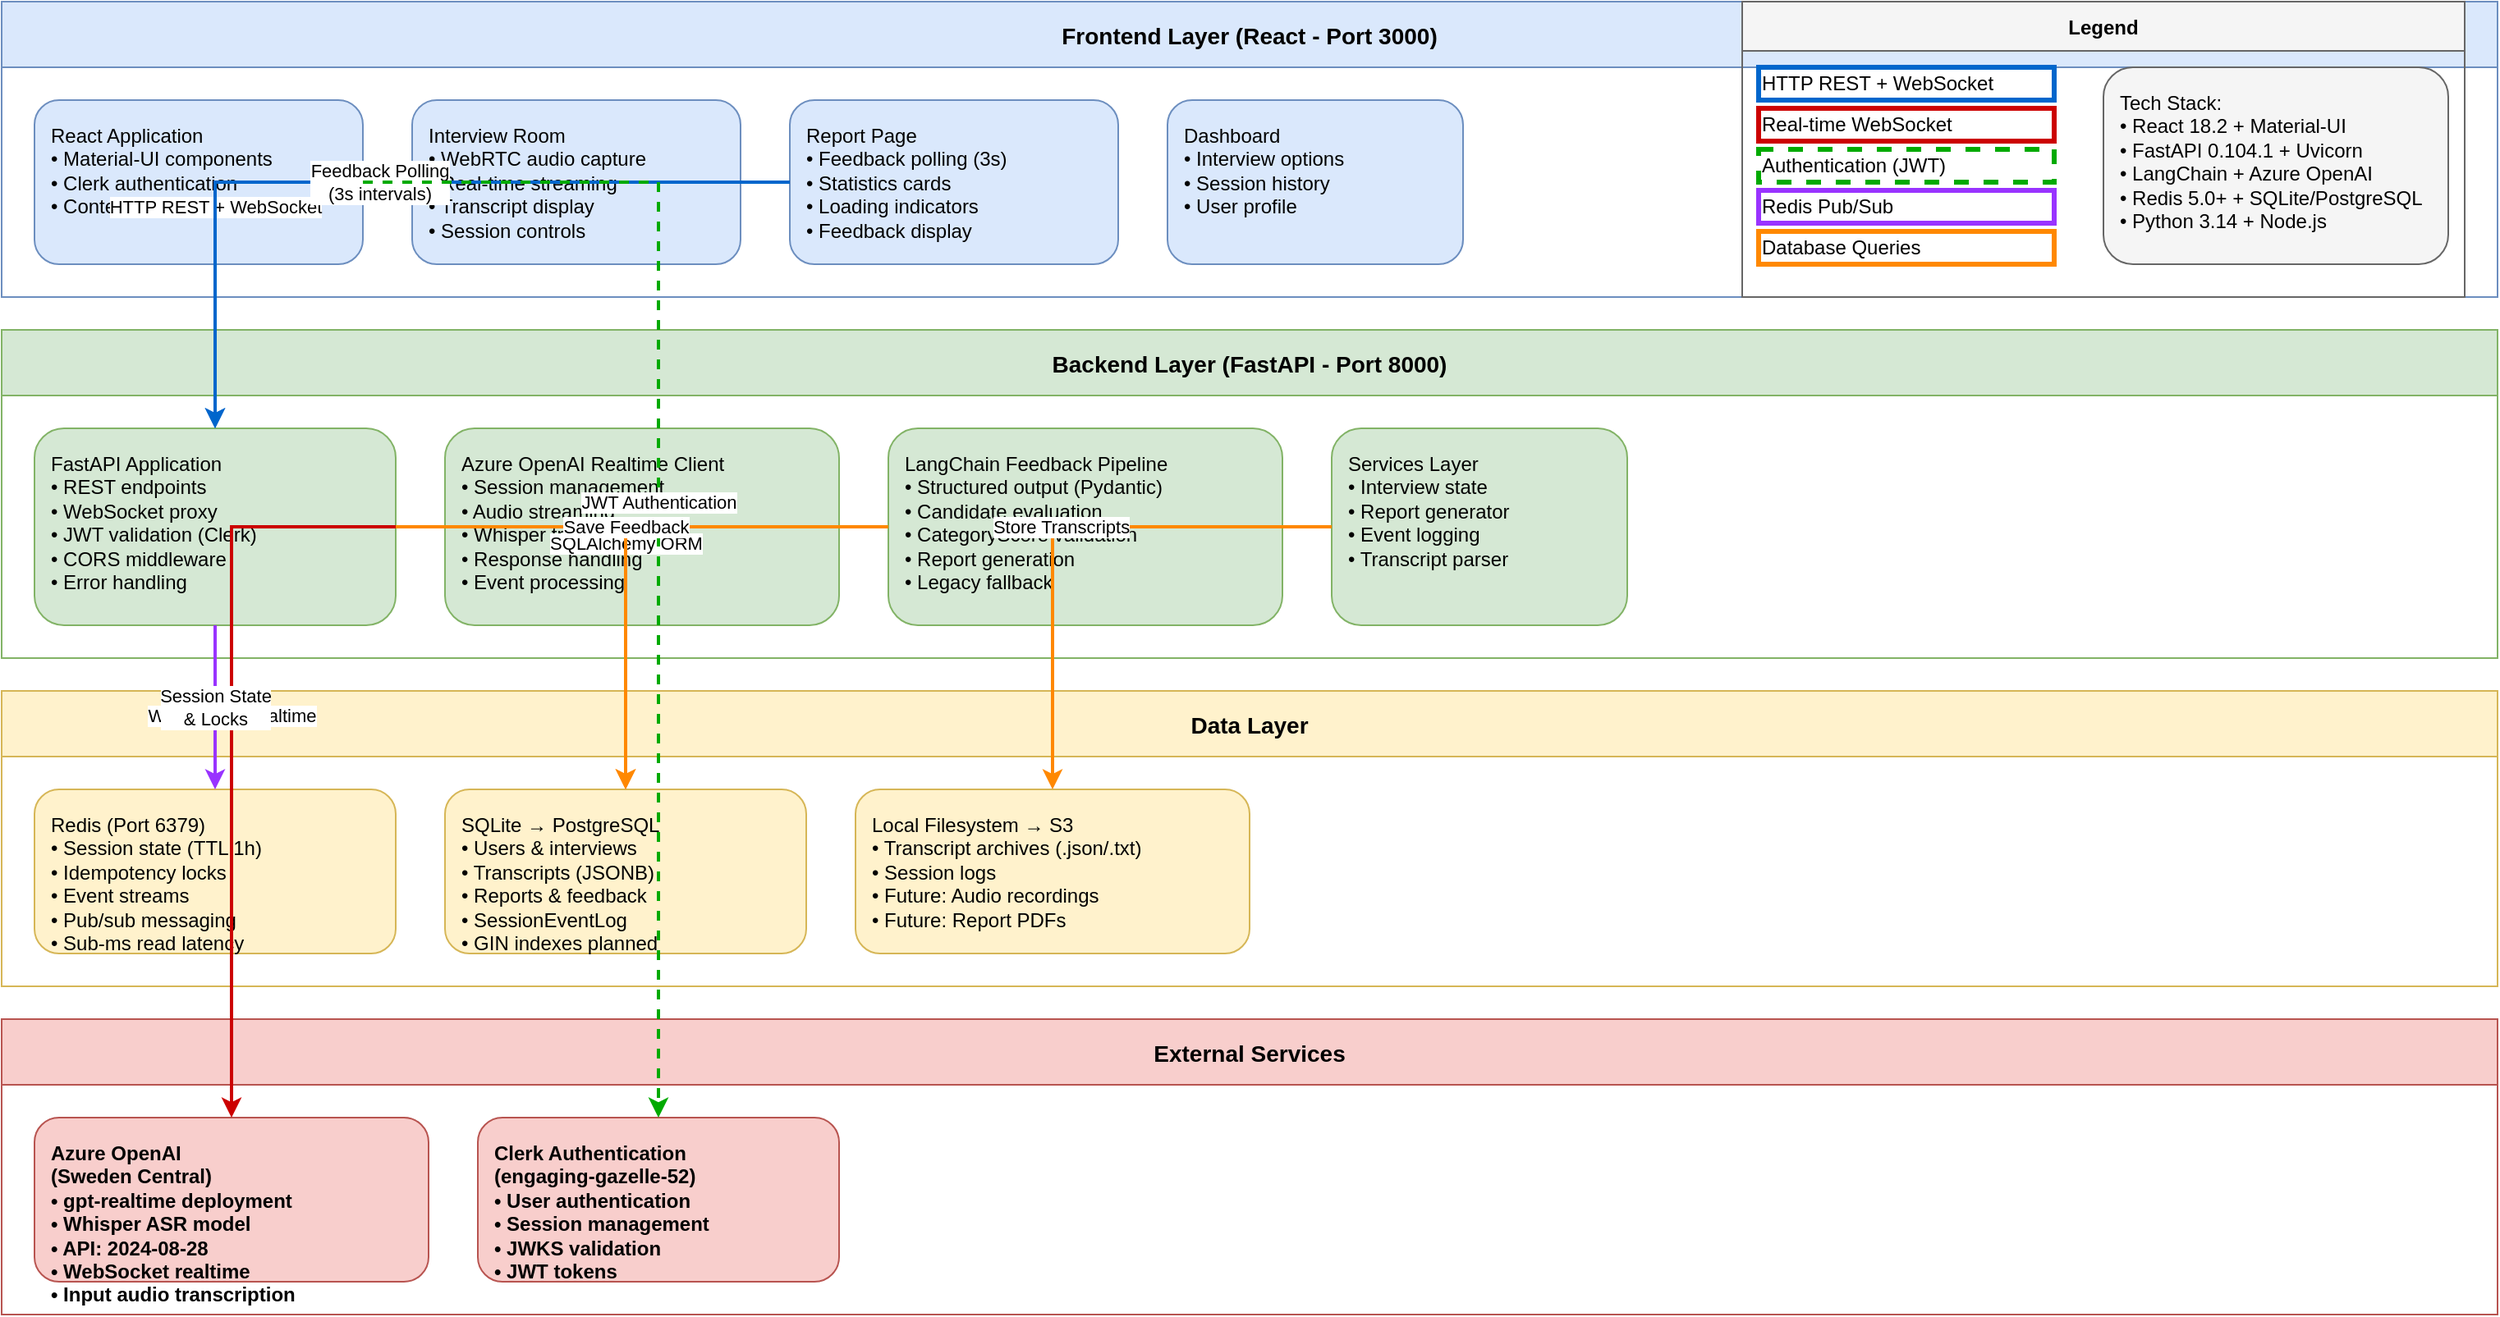
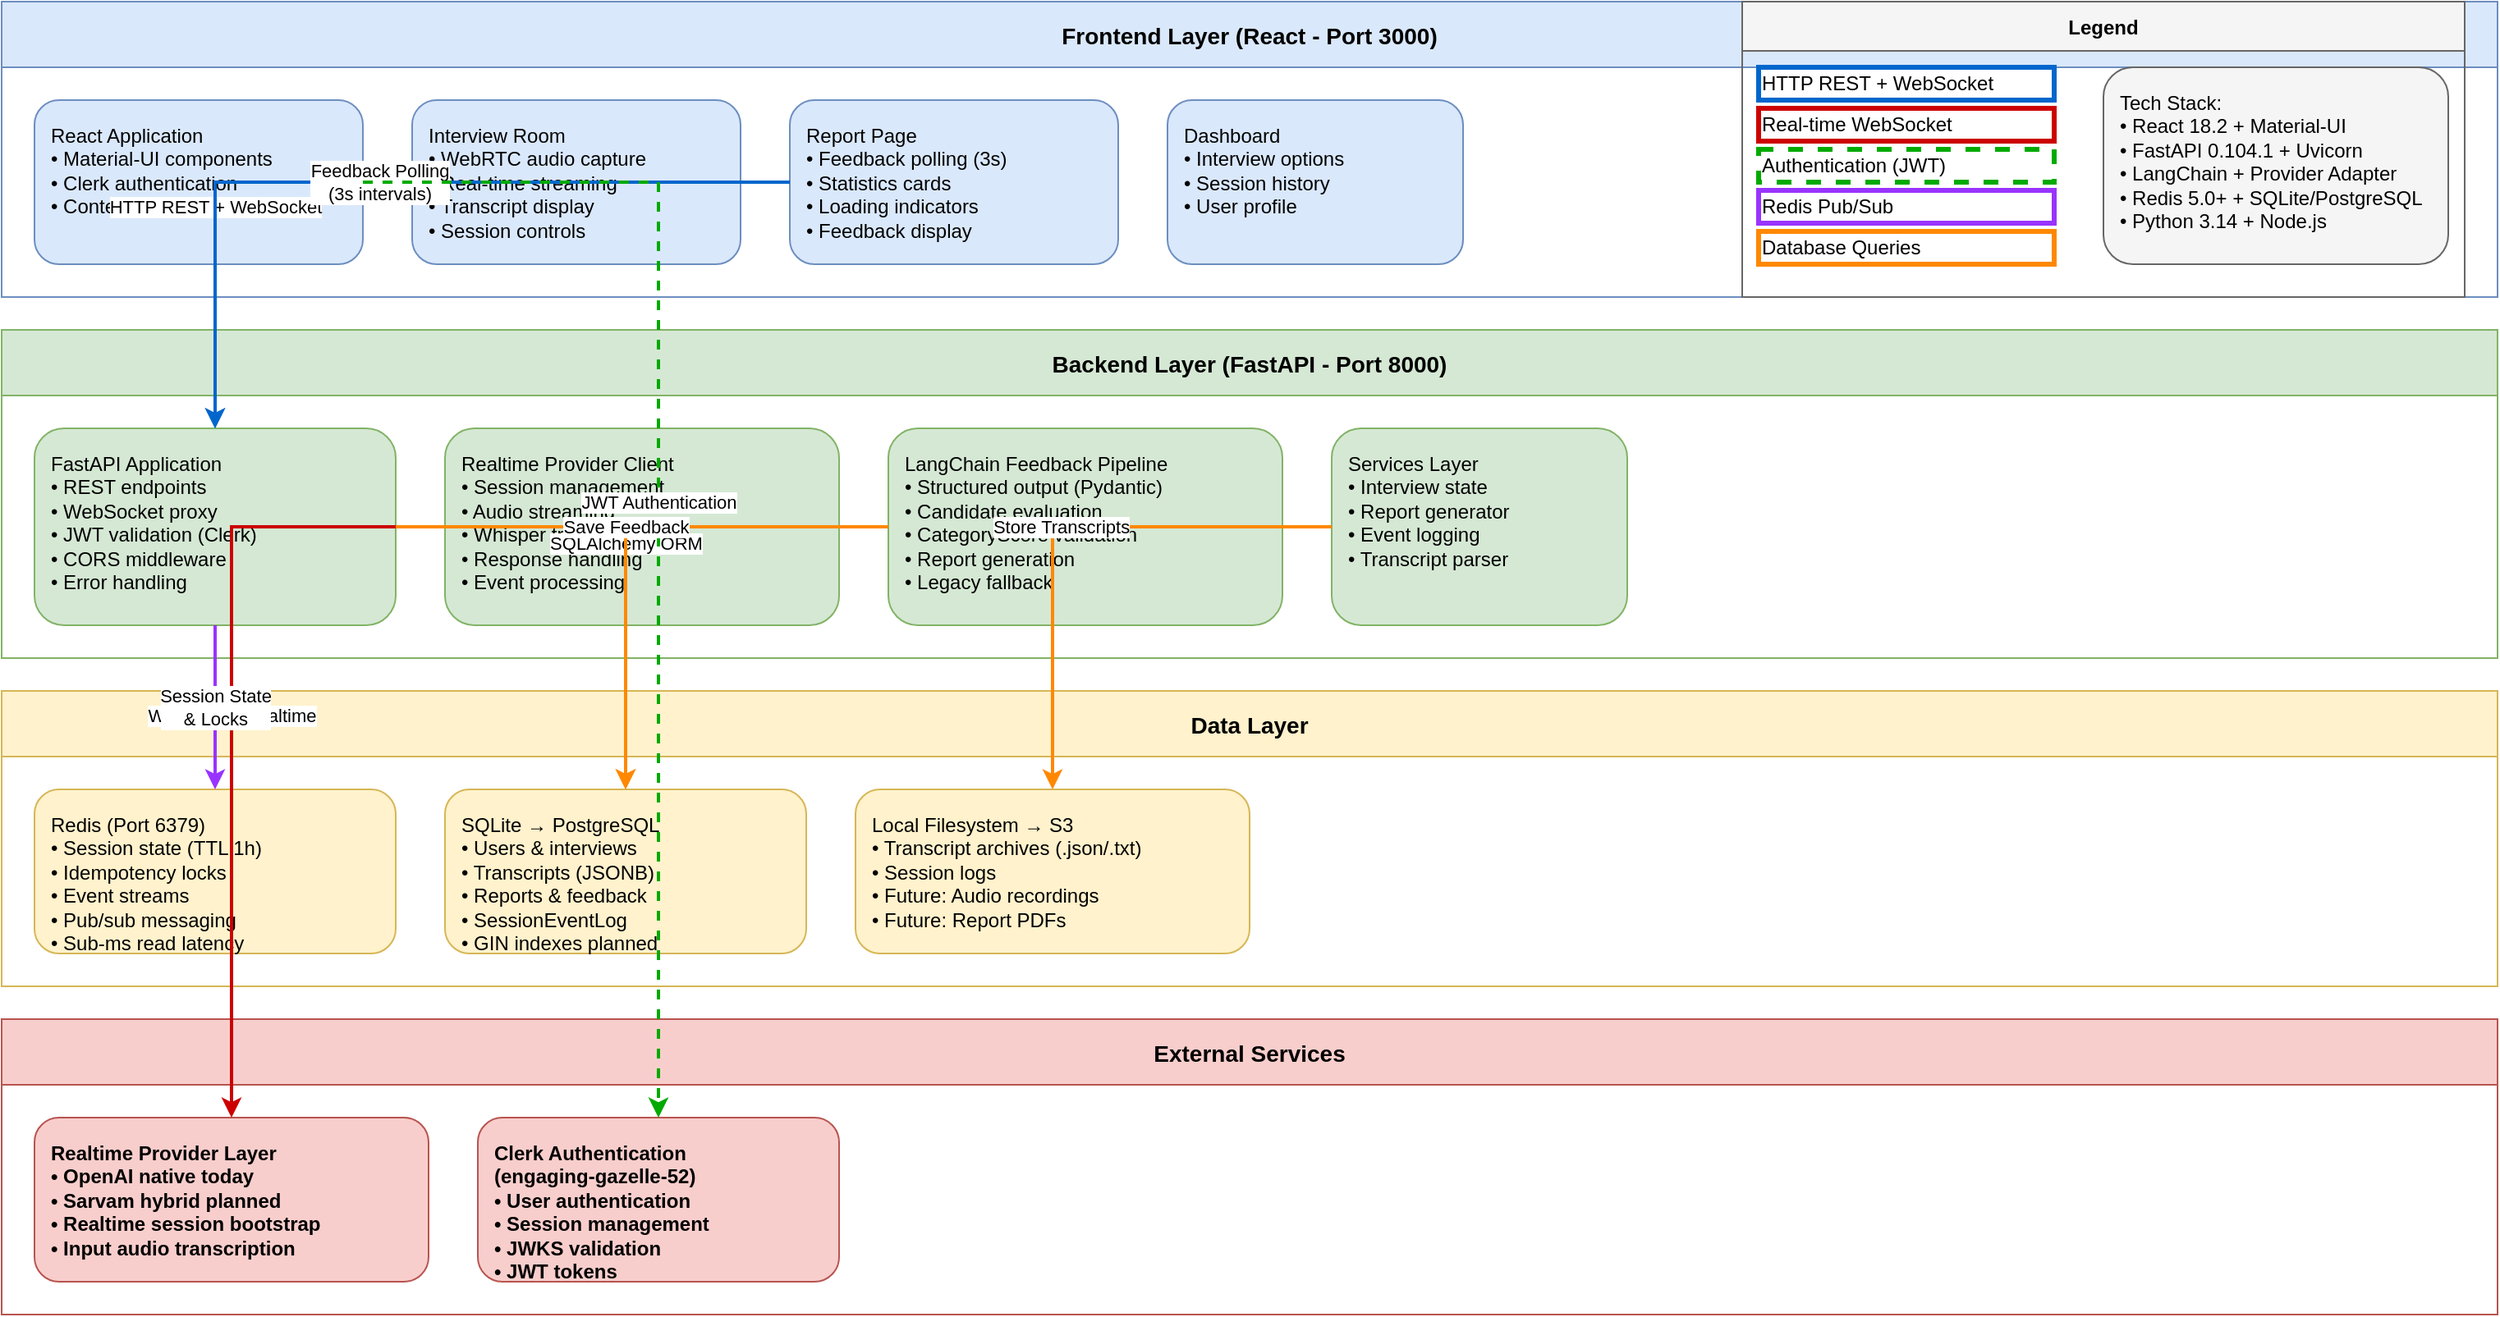
<mxfile host="65bd71144e">
    <diagram id="system-architecture" name="System Architecture">
        <mxGraphModel dx="1434" dy="844" grid="1" gridSize="10" guides="1" tooltips="1" connect="1" arrows="1" fold="1" page="1" pageScale="1" pageWidth="1600" pageHeight="900" math="0" shadow="0">
            <root>
                <mxCell id="0"/>
                <mxCell id="1" parent="0"/>

                <!-- Frontend Swimlane -->
                <mxCell id="frontend-lane" value="Frontend Layer (React - Port 3000)" style="swimlane;startSize=40;fillColor=#dae8fc;strokeColor=#6c8ebf;fontStyle=1;fontSize=14;" vertex="1" parent="1">
                    <mxGeometry x="40" y="40" width="1520" height="180" as="geometry"/>
                </mxCell>
                <mxCell id="react-app" value="React Application&#xa;• Material-UI components&#xa;• Clerk authentication&#xa;• Context API state" style="rounded=1;whiteSpace=wrap;html=1;fillColor=#dae8fc;strokeColor=#6c8ebf;align=left;verticalAlign=top;spacingLeft=8;spacingTop=8;" vertex="1" parent="frontend-lane">
                    <mxGeometry x="20" y="60" width="200" height="100" as="geometry"/>
                </mxCell>
                <mxCell id="interview-room" value="Interview Room&#xa;• WebRTC audio capture&#xa;• Real-time streaming&#xa;• Transcript display&#xa;• Session controls" style="rounded=1;whiteSpace=wrap;html=1;fillColor=#dae8fc;strokeColor=#6c8ebf;align=left;verticalAlign=top;spacingLeft=8;spacingTop=8;" vertex="1" parent="frontend-lane">
                    <mxGeometry x="250" y="60" width="200" height="100" as="geometry"/>
                </mxCell>
                <mxCell id="report-page" value="Report Page&#xa;• Feedback polling (3s)&#xa;• Statistics cards&#xa;• Loading indicators&#xa;• Feedback display" style="rounded=1;whiteSpace=wrap;html=1;fillColor=#dae8fc;strokeColor=#6c8ebf;align=left;verticalAlign=top;spacingLeft=8;spacingTop=8;" vertex="1" parent="frontend-lane">
                    <mxGeometry x="480" y="60" width="200" height="100" as="geometry"/>
                </mxCell>
                <mxCell id="dashboard" value="Dashboard&#xa;• Interview options&#xa;• Session history&#xa;• User profile" style="rounded=1;whiteSpace=wrap;html=1;fillColor=#dae8fc;strokeColor=#6c8ebf;align=left;verticalAlign=top;spacingLeft=8;spacingTop=8;" vertex="1" parent="frontend-lane">
                    <mxGeometry x="710" y="60" width="180" height="100" as="geometry"/>
                </mxCell>

                <!-- Backend Swimlane -->
                <mxCell id="backend-lane" value="Backend Layer (FastAPI - Port 8000)" style="swimlane;startSize=40;fillColor=#d5e8d4;strokeColor=#82b366;fontStyle=1;fontSize=14;" vertex="1" parent="1">
                    <mxGeometry x="40" y="240" width="1520" height="200" as="geometry"/>
                </mxCell>
                <mxCell id="fastapi-app" value="FastAPI Application&#xa;• REST endpoints&#xa;• WebSocket proxy&#xa;• JWT validation (Clerk)&#xa;• CORS middleware&#xa;• Error handling" style="rounded=1;whiteSpace=wrap;html=1;fillColor=#d5e8d4;strokeColor=#82b366;align=left;verticalAlign=top;spacingLeft=8;spacingTop=8;" vertex="1" parent="backend-lane">
                    <mxGeometry x="20" y="60" width="220" height="120" as="geometry"/>
                </mxCell>
-                 <mxCell id="realtime-client" value="Azure OpenAI Realtime Client&#xa;• Session management&#xa;• Audio streaming&#xa;• Whisper transcription&#xa;• Response handling&#xa;• Event processing" style="rounded=1;whiteSpace=wrap;html=1;fillColor=#d5e8d4;strokeColor=#82b366;align=left;verticalAlign=top;spacingLeft=8;spacingTop=8;" vertex="1" parent="backend-lane">
+                 <mxCell id="realtime-client" value="Realtime Provider Client&#xa;• Session management&#xa;• Audio streaming&#xa;• Whisper transcription&#xa;• Response handling&#xa;• Event processing" style="rounded=1;whiteSpace=wrap;html=1;fillColor=#d5e8d4;strokeColor=#82b366;align=left;verticalAlign=top;spacingLeft=8;spacingTop=8;" vertex="1" parent="backend-lane">
                    <mxGeometry x="270" y="60" width="240" height="120" as="geometry"/>
                </mxCell>
                <mxCell id="langchain-pipeline" value="LangChain Feedback Pipeline&#xa;• Structured output (Pydantic)&#xa;• Candidate evaluation&#xa;• CategoryScore validation&#xa;• Report generation&#xa;• Legacy fallback" style="rounded=1;whiteSpace=wrap;html=1;fillColor=#d5e8d4;strokeColor=#82b366;align=left;verticalAlign=top;spacingLeft=8;spacingTop=8;" vertex="1" parent="backend-lane">
                    <mxGeometry x="540" y="60" width="240" height="120" as="geometry"/>
                </mxCell>
                <mxCell id="services" value="Services Layer&#xa;• Interview state&#xa;• Report generator&#xa;• Event logging&#xa;• Transcript parser" style="rounded=1;whiteSpace=wrap;html=1;fillColor=#d5e8d4;strokeColor=#82b366;align=left;verticalAlign=top;spacingLeft=8;spacingTop=8;" vertex="1" parent="backend-lane">
                    <mxGeometry x="810" y="60" width="180" height="120" as="geometry"/>
                </mxCell>

                <!-- Data Swimlane -->
                <mxCell id="data-lane" value="Data Layer" style="swimlane;startSize=40;fillColor=#fff2cc;strokeColor=#d6b656;fontStyle=1;fontSize=14;" vertex="1" parent="1">
                    <mxGeometry x="40" y="460" width="1520" height="180" as="geometry"/>
                </mxCell>
                <mxCell id="redis" value="Redis (Port 6379)&#xa;• Session state (TTL 1h)&#xa;• Idempotency locks&#xa;• Event streams&#xa;• Pub/sub messaging&#xa;• Sub-ms read latency" style="rounded=1;whiteSpace=wrap;html=1;fillColor=#fff2cc;strokeColor=#d6b656;align=left;verticalAlign=top;spacingLeft=8;spacingTop=8;" vertex="1" parent="data-lane">
                    <mxGeometry x="20" y="60" width="220" height="100" as="geometry"/>
                </mxCell>
                <mxCell id="database" value="SQLite → PostgreSQL&#xa;• Users &amp; interviews&#xa;• Transcripts (JSONB)&#xa;• Reports &amp; feedback&#xa;• SessionEventLog&#xa;• GIN indexes planned" style="rounded=1;whiteSpace=wrap;html=1;fillColor=#fff2cc;strokeColor=#d6b656;align=left;verticalAlign=top;spacingLeft=8;spacingTop=8;" vertex="1" parent="data-lane">
                    <mxGeometry x="270" y="60" width="220" height="100" as="geometry"/>
                </mxCell>
                <mxCell id="filesystem" value="Local Filesystem → S3&#xa;• Transcript archives (.json/.txt)&#xa;• Session logs&#xa;• Future: Audio recordings&#xa;• Future: Report PDFs" style="rounded=1;whiteSpace=wrap;html=1;fillColor=#fff2cc;strokeColor=#d6b656;align=left;verticalAlign=top;spacingLeft=8;spacingTop=8;" vertex="1" parent="data-lane">
                    <mxGeometry x="520" y="60" width="240" height="100" as="geometry"/>
                </mxCell>

                <!-- External Services Swimlane -->
                <mxCell id="external-lane" value="External Services" style="swimlane;startSize=40;fillColor=#f8cecc;strokeColor=#b85450;fontStyle=1;fontSize=14;" vertex="1" parent="1">
                    <mxGeometry x="40" y="660" width="1520" height="180" as="geometry"/>
                </mxCell>
-                 <mxCell id="azure-openai" value="Azure OpenAI&#xa;(Sweden Central)&#xa;• gpt-realtime deployment&#xa;• Whisper ASR model&#xa;• API: 2024-08-28&#xa;• WebSocket realtime&#xa;• Input audio transcription" style="rounded=1;whiteSpace=wrap;html=1;fillColor=#f8cecc;strokeColor=#b85450;align=left;verticalAlign=top;spacingLeft=8;spacingTop=8;fontStyle=1" vertex="1" parent="external-lane">
+                 <mxCell id="azure-openai" value="Realtime Provider Layer&#xa;• OpenAI native today&#xa;• Sarvam hybrid planned&#xa;• Realtime session bootstrap&#xa;• Input audio transcription" style="rounded=1;whiteSpace=wrap;html=1;fillColor=#f8cecc;strokeColor=#b85450;align=left;verticalAlign=top;spacingLeft=8;spacingTop=8;fontStyle=1" vertex="1" parent="external-lane">
                    <mxGeometry x="20" y="60" width="240" height="100" as="geometry"/>
                </mxCell>
                <mxCell id="clerk-auth" value="Clerk Authentication&#xa;(engaging-gazelle-52)&#xa;• User authentication&#xa;• Session management&#xa;• JWKS validation&#xa;• JWT tokens" style="rounded=1;whiteSpace=wrap;html=1;fillColor=#f8cecc;strokeColor=#b85450;align=left;verticalAlign=top;spacingLeft=8;spacingTop=8;fontStyle=1" vertex="1" parent="external-lane">
                    <mxGeometry x="290" y="60" width="220" height="100" as="geometry"/>
                </mxCell>

                <!-- Connections -->
                <!-- Frontend to Backend -->
                <mxCell id="conn1" value="HTTP REST + WebSocket" style="edgeStyle=orthogonalEdgeStyle;rounded=0;orthogonalLoop=1;jettySize=auto;html=1;strokeColor=#0066CC;strokeWidth=2;" edge="1" parent="1" source="interview-room" target="fastapi-app">
                    <mxGeometry relative="1" as="geometry"/>
                </mxCell>
                <mxCell id="conn2" value="Feedback Polling&#xa;(3s intervals)" style="edgeStyle=orthogonalEdgeStyle;rounded=0;orthogonalLoop=1;jettySize=auto;html=1;strokeColor=#0066CC;strokeWidth=2;" edge="1" parent="1" source="report-page" target="fastapi-app">
                    <mxGeometry relative="1" as="geometry"/>
                </mxCell>

-                 <!-- Backend to Azure OpenAI -->
+                 <!-- Backend to Realtime Provider -->
                <mxCell id="conn3" value="WebSocket Realtime" style="edgeStyle=orthogonalEdgeStyle;rounded=0;orthogonalLoop=1;jettySize=auto;html=1;strokeColor=#CC0000;strokeWidth=2;" edge="1" parent="1" source="realtime-client" target="azure-openai">
                    <mxGeometry relative="1" as="geometry"/>
                </mxCell>

                <!-- Backend to Redis -->
                <mxCell id="conn4" value="Session State&#xa;&amp; Locks" style="edgeStyle=orthogonalEdgeStyle;rounded=0;orthogonalLoop=1;jettySize=auto;html=1;strokeColor=#9933FF;strokeWidth=2;" edge="1" parent="1" source="fastapi-app" target="redis">
                    <mxGeometry relative="1" as="geometry"/>
                </mxCell>

                <!-- Backend to Database -->
                <mxCell id="conn5" value="SQLAlchemy ORM" style="edgeStyle=orthogonalEdgeStyle;rounded=0;orthogonalLoop=1;jettySize=auto;html=1;strokeColor=#FF8800;strokeWidth=2;" edge="1" parent="1" source="fastapi-app" target="database">
                    <mxGeometry relative="1" as="geometry"/>
                </mxCell>
                <mxCell id="conn6" value="Store Transcripts" style="edgeStyle=orthogonalEdgeStyle;rounded=0;orthogonalLoop=1;jettySize=auto;html=1;strokeColor=#FF8800;strokeWidth=2;" edge="1" parent="1" source="services" target="filesystem">
                    <mxGeometry relative="1" as="geometry"/>
                </mxCell>

                <!-- Frontend to Clerk -->
                <mxCell id="conn7" value="JWT Authentication" style="edgeStyle=orthogonalEdgeStyle;rounded=0;orthogonalLoop=1;jettySize=auto;html=1;strokeColor=#00AA00;strokeWidth=2;dashed=1;" edge="1" parent="1" source="react-app" target="clerk-auth">
                    <mxGeometry relative="1" as="geometry"/>
                </mxCell>

                <!-- LangChain to Database -->
                <mxCell id="conn8" value="Save Feedback" style="edgeStyle=orthogonalEdgeStyle;rounded=0;orthogonalLoop=1;jettySize=auto;html=1;strokeColor=#FF8800;strokeWidth=2;" edge="1" parent="1" source="langchain-pipeline" target="database">
                    <mxGeometry relative="1" as="geometry"/>
                </mxCell>

                <!-- Legend -->
                <mxCell id="legend-box" value="Legend" style="swimlane;startSize=30;fillColor=#f5f5f5;strokeColor=#666666;fontStyle=1;fontSize=12;" vertex="1" parent="1">
                    <mxGeometry x="1100" y="40" width="440" height="180" as="geometry"/>
                </mxCell>
                <mxCell id="legend1" value="HTTP REST + WebSocket" style="text;html=1;strokeColor=#0066CC;fillColor=none;align=left;verticalAlign=middle;whiteSpace=wrap;rounded=0;strokeWidth=3;" vertex="1" parent="legend-box">
                    <mxGeometry x="10" y="40" width="180" height="20" as="geometry"/>
                </mxCell>
                <mxCell id="legend2" value="Real-time WebSocket" style="text;html=1;strokeColor=#CC0000;fillColor=none;align=left;verticalAlign=middle;whiteSpace=wrap;rounded=0;strokeWidth=3;" vertex="1" parent="legend-box">
                    <mxGeometry x="10" y="65" width="180" height="20" as="geometry"/>
                </mxCell>
                <mxCell id="legend3" value="Authentication (JWT)" style="text;html=1;strokeColor=#00AA00;fillColor=none;align=left;verticalAlign=middle;whiteSpace=wrap;rounded=0;strokeWidth=3;dashed=1;" vertex="1" parent="legend-box">
                    <mxGeometry x="10" y="90" width="180" height="20" as="geometry"/>
                </mxCell>
                <mxCell id="legend4" value="Redis Pub/Sub" style="text;html=1;strokeColor=#9933FF;fillColor=none;align=left;verticalAlign=middle;whiteSpace=wrap;rounded=0;strokeWidth=3;" vertex="1" parent="legend-box">
                    <mxGeometry x="10" y="115" width="180" height="20" as="geometry"/>
                </mxCell>
                <mxCell id="legend5" value="Database Queries" style="text;html=1;strokeColor=#FF8800;fillColor=none;align=left;verticalAlign=middle;whiteSpace=wrap;rounded=0;strokeWidth=3;" vertex="1" parent="legend-box">
                    <mxGeometry x="10" y="140" width="180" height="20" as="geometry"/>
                </mxCell>
-                 <mxCell id="tech-stack" value="Tech Stack:&#xa;• React 18.2 + Material-UI&#xa;• FastAPI 0.104.1 + Uvicorn&#xa;• LangChain + Azure OpenAI&#xa;• Redis 5.0+ + SQLite/PostgreSQL&#xa;• Python 3.14 + Node.js" style="text;html=1;fillColor=#f5f5f5;strokeColor=#666666;align=left;verticalAlign=top;whiteSpace=wrap;rounded=1;spacingLeft=8;spacingTop=8;" vertex="1" parent="legend-box">
+                 <mxCell id="tech-stack" value="Tech Stack:&#xa;• React 18.2 + Material-UI&#xa;• FastAPI 0.104.1 + Uvicorn&#xa;• LangChain + Provider Adapter&#xa;• Redis 5.0+ + SQLite/PostgreSQL&#xa;• Python 3.14 + Node.js" style="text;html=1;fillColor=#f5f5f5;strokeColor=#666666;align=left;verticalAlign=top;whiteSpace=wrap;rounded=1;spacingLeft=8;spacingTop=8;" vertex="1" parent="legend-box">
                    <mxGeometry x="220" y="40" width="210" height="120" as="geometry"/>
                </mxCell>
            </root>
        </mxGraphModel>
    </diagram>
</mxfile>
